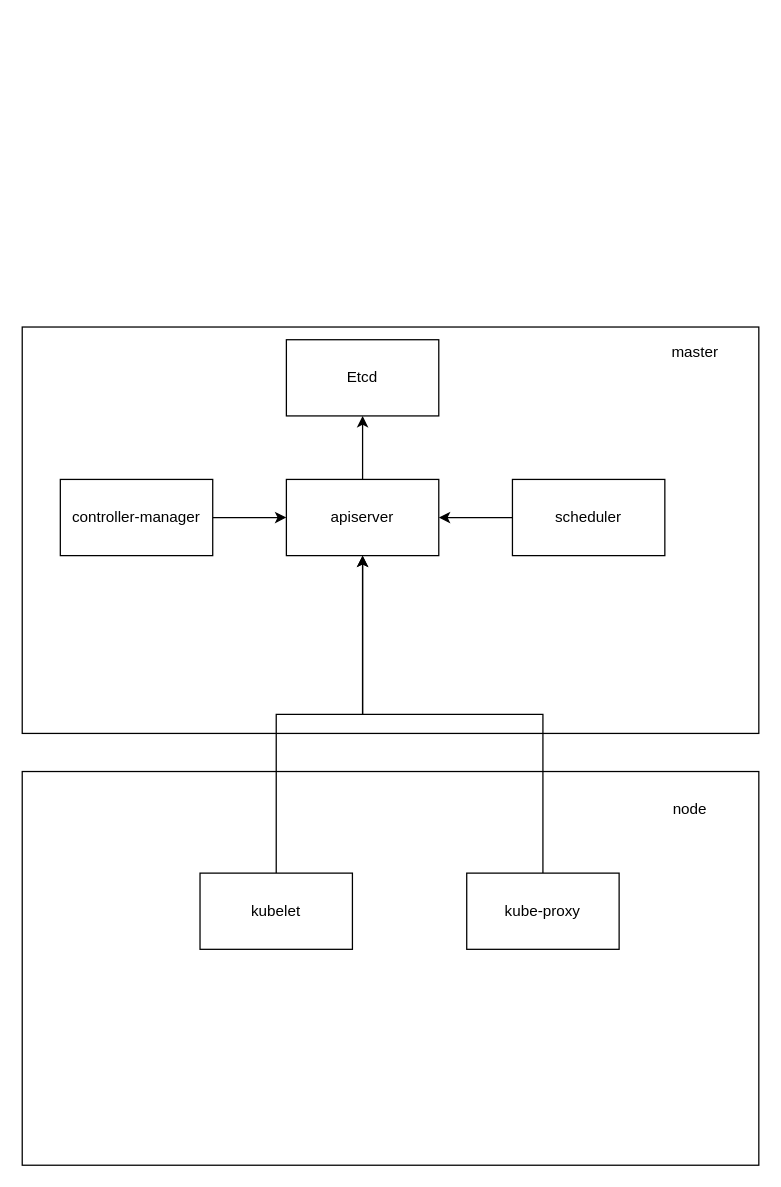
Before: 未命名表单.drawio in helios741/plan, a draw.io diagram. Source tidied: cells renumbered, new cells numbered last; positions are measured from the earlier drawing's top-left corner, leaving out a move shared by most shapes. Both pictures are drawn from the tidied source at 127%, with x=0, y=0 at pixel (22, 326).
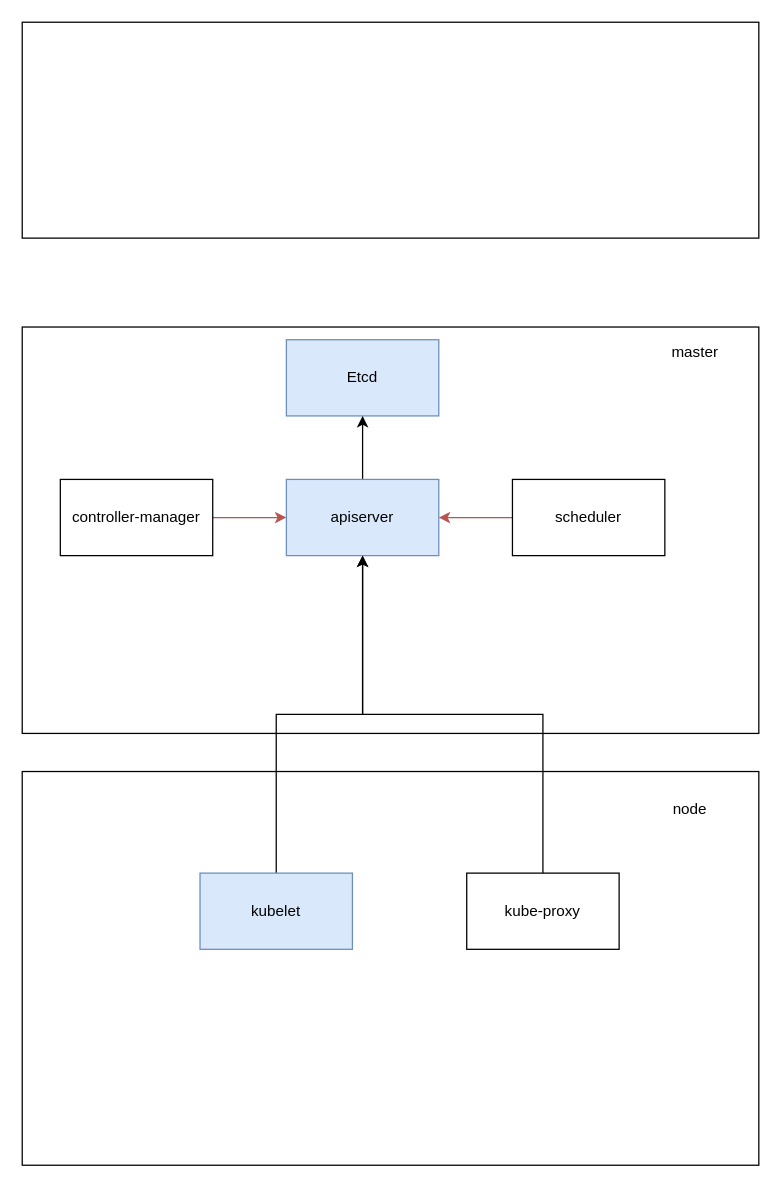
The same diagram, later.

Commit message:
更新未命名表单.drawio

Change to the diagram source:
```diff
@@
 <mxGraphModel>
   <root>
     <mxCell id="0" />
     <mxCell id="1" parent="0" />
     <mxCell id="2" style="rounded=0;whiteSpace=wrap;html=1;" parent="1" vertex="1">
       <mxGeometry width="580" height="320" as="geometry" />
     </mxCell>
-    <mxCell id="3" value="Etcd" style="rounded=0;whiteSpace=wrap;html=1;" parent="1" vertex="1">
+    <mxCell id="3" value="Etcd" style="rounded=0;whiteSpace=wrap;html=1;fillColor=#dae8fc;strokeColor=#6c8ebf;" parent="1" vertex="1">
       <mxGeometry x="208" y="10" width="120" height="60" as="geometry" />
     </mxCell>
     <mxCell id="4" style="edgeStyle=orthogonalEdgeStyle;rounded=0;jettySize=auto;html=1;" parent="1" edge="1" source="5" target="3">
       <mxGeometry relative="1" as="geometry" />
     </mxCell>
-    <mxCell id="5" value="apiserver" style="rounded=0;whiteSpace=wrap;html=1;" parent="1" vertex="1">
+    <mxCell id="5" value="apiserver" style="rounded=0;whiteSpace=wrap;html=1;fillColor=#dae8fc;strokeColor=#6c8ebf;" parent="1" vertex="1">
       <mxGeometry x="208" y="120" width="120" height="60" as="geometry" />
     </mxCell>
-    <mxCell id="6" style="edgeStyle=orthogonalEdgeStyle;rounded=0;jettySize=auto;html=1;" parent="1" edge="1" source="7" target="5">
+    <mxCell id="6" style="edgeStyle=orthogonalEdgeStyle;rounded=0;jettySize=auto;html=1;fillColor=#f8cecc;strokeColor=#b85450;" parent="1" edge="1" source="7" target="5">
       <mxGeometry relative="1" as="geometry" />
     </mxCell>
     <mxCell id="7" value="controller-manager" style="rounded=0;whiteSpace=wrap;html=1;" parent="1" vertex="1">
       <mxGeometry x="30" y="120" width="120" height="60" as="geometry" />
     </mxCell>
-    <mxCell id="8" style="edgeStyle=orthogonalEdgeStyle;rounded=0;jettySize=auto;html=1;" parent="1" edge="1" source="9" target="5">
+    <mxCell id="8" style="edgeStyle=orthogonalEdgeStyle;rounded=0;jettySize=auto;html=1;fillColor=#f8cecc;strokeColor=#b85450;" parent="1" edge="1" source="9" target="5">
       <mxGeometry relative="1" as="geometry" />
     </mxCell>
     <mxCell id="9" value="scheduler" style="rounded=0;whiteSpace=wrap;html=1;" parent="1" vertex="1">
       <mxGeometry x="386" y="120" width="120" height="60" as="geometry" />
     </mxCell>
     <mxCell id="10" style="rounded=0;whiteSpace=wrap;html=1;" parent="1" vertex="1">
       <mxGeometry y="350" width="580" height="310" as="geometry" />
     </mxCell>
     <mxCell id="11" style="edgeStyle=orthogonalEdgeStyle;rounded=0;jettySize=auto;html=1;" parent="1" edge="1" source="12" target="5">
       <mxGeometry relative="1" as="geometry" />
     </mxCell>
-    <mxCell id="12" value="kubelet" style="rounded=0;whiteSpace=wrap;html=1;" parent="1" vertex="1">
+    <mxCell id="12" value="kubelet" style="rounded=0;whiteSpace=wrap;html=1;fillColor=#dae8fc;strokeColor=#6c8ebf;" parent="1" vertex="1">
       <mxGeometry x="140" y="430" width="120" height="60" as="geometry" />
     </mxCell>
     <mxCell id="13" style="edgeStyle=orthogonalEdgeStyle;rounded=0;jettySize=auto;html=1;exitX=0.5;exitY=0;exitDx=0;exitDy=0;entryX=0.5;entryY=1;entryDx=0;entryDy=0;" parent="1" edge="1" source="14" target="5">
       <mxGeometry relative="1" as="geometry" />
     </mxCell>
     <mxCell id="14" value="kube-proxy" style="rounded=0;whiteSpace=wrap;html=1;" parent="1" vertex="1">
       <mxGeometry x="350" y="430" width="120" height="60" as="geometry" />
     </mxCell>
     <mxCell id="15" value="master" style="text;html=1;strokeColor=none;fillColor=none;align=center;verticalAlign=middle;whiteSpace=wrap;rounded=0;" parent="1" vertex="1">
       <mxGeometry x="510" y="10" width="40" height="20" as="geometry" />
     </mxCell>
     <mxCell id="16" value="node" style="text;html=1;strokeColor=none;fillColor=none;align=center;verticalAlign=middle;whiteSpace=wrap;rounded=0;" parent="1" vertex="1">
       <mxGeometry x="506" y="370" width="40" height="20" as="geometry" />
     </mxCell>
+    <mxCell id="17" style="rounded=0;whiteSpace=wrap;html=1;" parent="1" vertex="1">
+      <mxGeometry y="-240" width="580" height="170" as="geometry" />
+    </mxCell>
   </root>
 </mxGraphModel>
```
